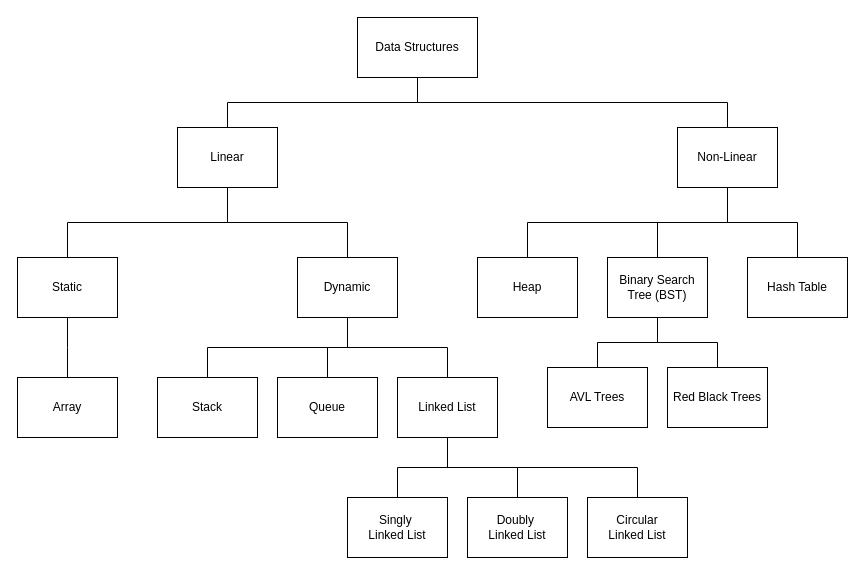
This is page "Data Structures" (1 of 2) of CodeChallenges/DataStructures.drawio from krishnamanchikalapudi/examples.ipynb, a draw.io file, before an edit. Source tidied: cells renumbered, new cells numbered last; positions are measured from the earlier drawing's top-left corner, leaving out a move shared by most shapes. Both pictures are drawn from the tidied source at 100%, with x=0, y=0 at pixel (17, 17).
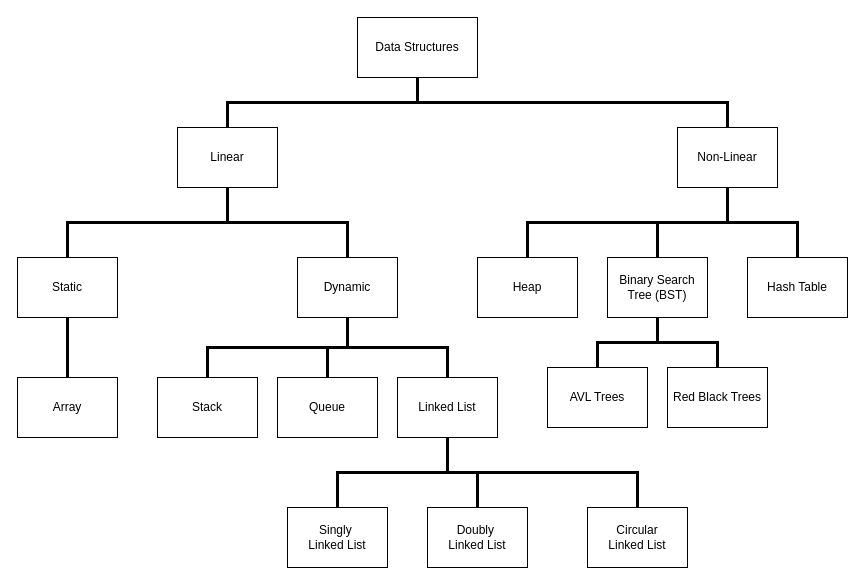
The same diagram, later.

Unchanged cells that the change refers to:
```xml
<mxCell id="3" value="Static" style="whiteSpace=wrap;html=1;align=center;verticalAlign=middle;newEdgeStyle={&quot;edgeStyle&quot;:&quot;elbowEdgeStyle&quot;,&quot;startArrow&quot;:&quot;none&quot;,&quot;endArrow&quot;:&quot;none&quot;};" parent="1" vertex="1">
  <mxGeometry y="240" width="100" height="60" as="geometry" />
</mxCell>
<mxCell id="6" value="Data Structures" style="whiteSpace=wrap;html=1;align=center;newEdgeStyle={&quot;edgeStyle&quot;:&quot;elbowEdgeStyle&quot;,&quot;startArrow&quot;:&quot;none&quot;,&quot;endArrow&quot;:&quot;none&quot;};" parent="1" vertex="1">
  <mxGeometry x="340" width="120" height="60" as="geometry" />
</mxCell>
<mxCell id="7" value="Linear" style="whiteSpace=wrap;html=1;align=center;verticalAlign=middle;newEdgeStyle={&quot;edgeStyle&quot;:&quot;elbowEdgeStyle&quot;,&quot;startArrow&quot;:&quot;none&quot;,&quot;endArrow&quot;:&quot;none&quot;};" parent="1" vertex="1">
  <mxGeometry x="160" y="110" width="100" height="60" as="geometry" />
</mxCell>
<mxCell id="8" value="Non-Linear" style="whiteSpace=wrap;html=1;align=center;verticalAlign=middle;newEdgeStyle={&quot;edgeStyle&quot;:&quot;elbowEdgeStyle&quot;,&quot;startArrow&quot;:&quot;none&quot;,&quot;endArrow&quot;:&quot;none&quot;};" parent="1" vertex="1">
  <mxGeometry x="660" y="110" width="100" height="60" as="geometry" />
</mxCell>
<mxCell id="9" value="Heap" style="whiteSpace=wrap;html=1;align=center;verticalAlign=middle;newEdgeStyle={&quot;edgeStyle&quot;:&quot;elbowEdgeStyle&quot;,&quot;startArrow&quot;:&quot;none&quot;,&quot;endArrow&quot;:&quot;none&quot;};" parent="1" vertex="1">
  <mxGeometry x="460" y="240" width="100" height="60" as="geometry" />
</mxCell>
<mxCell id="12" value="Dynamic" style="whiteSpace=wrap;html=1;align=center;verticalAlign=middle;newEdgeStyle={&quot;edgeStyle&quot;:&quot;elbowEdgeStyle&quot;,&quot;startArrow&quot;:&quot;none&quot;,&quot;endArrow&quot;:&quot;none&quot;};" parent="1" vertex="1">
  <mxGeometry x="280" y="240" width="100" height="60" as="geometry" />
</mxCell>
<mxCell id="14" value="Array" style="whiteSpace=wrap;html=1;align=center;verticalAlign=middle;newEdgeStyle={&quot;edgeStyle&quot;:&quot;elbowEdgeStyle&quot;,&quot;startArrow&quot;:&quot;none&quot;,&quot;endArrow&quot;:&quot;none&quot;};" parent="1" vertex="1">
  <mxGeometry y="360" width="100" height="60" as="geometry" />
</mxCell>
<mxCell id="16" value="Stack" style="whiteSpace=wrap;html=1;align=center;verticalAlign=middle;newEdgeStyle={&quot;edgeStyle&quot;:&quot;elbowEdgeStyle&quot;,&quot;startArrow&quot;:&quot;none&quot;,&quot;endArrow&quot;:&quot;none&quot;};" parent="1" vertex="1">
  <mxGeometry x="140" y="360" width="100" height="60" as="geometry" />
</mxCell>
<mxCell id="18" value="Queue" style="whiteSpace=wrap;html=1;align=center;verticalAlign=middle;newEdgeStyle={&quot;edgeStyle&quot;:&quot;elbowEdgeStyle&quot;,&quot;startArrow&quot;:&quot;none&quot;,&quot;endArrow&quot;:&quot;none&quot;};" parent="1" vertex="1">
  <mxGeometry x="260" y="360" width="100" height="60" as="geometry" />
</mxCell>
<mxCell id="20" value="Linked List" style="whiteSpace=wrap;html=1;align=center;verticalAlign=middle;newEdgeStyle={&quot;edgeStyle&quot;:&quot;elbowEdgeStyle&quot;,&quot;startArrow&quot;:&quot;none&quot;,&quot;endArrow&quot;:&quot;none&quot;};" parent="1" vertex="1">
  <mxGeometry x="380" y="360" width="100" height="60" as="geometry" />
</mxCell>
<mxCell id="22" value="Binary Search Tree (BST)" style="whiteSpace=wrap;html=1;align=center;verticalAlign=middle;newEdgeStyle={&quot;edgeStyle&quot;:&quot;elbowEdgeStyle&quot;,&quot;startArrow&quot;:&quot;none&quot;,&quot;endArrow&quot;:&quot;none&quot;};" parent="1" vertex="1">
  <mxGeometry x="590" y="240" width="100" height="60" as="geometry" />
</mxCell>
<mxCell id="24" value="Hash Table" style="whiteSpace=wrap;html=1;align=center;verticalAlign=middle;newEdgeStyle={&quot;edgeStyle&quot;:&quot;elbowEdgeStyle&quot;,&quot;startArrow&quot;:&quot;none&quot;,&quot;endArrow&quot;:&quot;none&quot;};" parent="1" vertex="1">
  <mxGeometry x="730" y="240" width="100" height="60" as="geometry" />
</mxCell>
<mxCell id="32" value="AVL Trees" style="whiteSpace=wrap;html=1;align=center;verticalAlign=middle;newEdgeStyle={&quot;edgeStyle&quot;:&quot;elbowEdgeStyle&quot;,&quot;startArrow&quot;:&quot;none&quot;,&quot;endArrow&quot;:&quot;none&quot;};" parent="1" vertex="1">
  <mxGeometry x="530" y="350" width="100" height="60" as="geometry" />
</mxCell>
<mxCell id="34" value="Red Black Trees" style="whiteSpace=wrap;html=1;align=center;verticalAlign=middle;newEdgeStyle={&quot;edgeStyle&quot;:&quot;elbowEdgeStyle&quot;,&quot;startArrow&quot;:&quot;none&quot;,&quot;endArrow&quot;:&quot;none&quot;};" parent="1" vertex="1">
  <mxGeometry x="650" y="350" width="100" height="60" as="geometry" />
</mxCell>
```

What changed in the source:
```diff
@@
-    <mxCell id="2" style="edgeStyle=elbowEdgeStyle;elbow=vertical;sourcePerimeterSpacing=0;targetPerimeterSpacing=0;startArrow=none;endArrow=none;rounded=0;curved=0;" parent="1" edge="1" source="7" target="3">
+    <mxCell id="2" style="edgeStyle=elbowEdgeStyle;elbow=vertical;sourcePerimeterSpacing=0;targetPerimeterSpacing=0;startArrow=none;endArrow=none;rounded=0;curved=0;strokeWidth=3;flowAnimation=1;" parent="1" edge="1" source="7" target="3">
       <mxGeometry relative="1" as="geometry" />
     </mxCell>
@@
-    <mxCell id="4" style="edgeStyle=elbowEdgeStyle;elbow=vertical;sourcePerimeterSpacing=0;targetPerimeterSpacing=0;startArrow=none;endArrow=none;rounded=0;curved=0;" parent="1" edge="1" source="6" target="7">
+    <mxCell id="4" style="edgeStyle=elbowEdgeStyle;elbow=vertical;sourcePerimeterSpacing=0;targetPerimeterSpacing=0;startArrow=none;endArrow=none;rounded=0;curved=0;flowAnimation=1;strokeWidth=3;" parent="1" edge="1" source="6" target="7">
       <mxGeometry relative="1" as="geometry" />
     </mxCell>
-    <mxCell id="5" style="edgeStyle=elbowEdgeStyle;elbow=vertical;sourcePerimeterSpacing=0;targetPerimeterSpacing=0;startArrow=none;endArrow=none;rounded=0;curved=0;" parent="1" edge="1" source="6" target="8">
+    <mxCell id="5" style="edgeStyle=elbowEdgeStyle;elbow=vertical;sourcePerimeterSpacing=0;targetPerimeterSpacing=0;startArrow=none;endArrow=none;rounded=0;curved=0;flowAnimation=1;strokeWidth=3;" parent="1" edge="1" source="6" target="8">
       <mxGeometry relative="1" as="geometry" />
     </mxCell>
@@
-    <mxCell id="10" style="edgeStyle=elbowEdgeStyle;elbow=vertical;sourcePerimeterSpacing=0;targetPerimeterSpacing=0;startArrow=none;endArrow=none;rounded=0;curved=0;" parent="1" edge="1" source="8" target="9">
+    <mxCell id="10" style="edgeStyle=elbowEdgeStyle;elbow=vertical;sourcePerimeterSpacing=0;targetPerimeterSpacing=0;startArrow=none;endArrow=none;rounded=0;curved=0;flowAnimation=1;strokeWidth=3;" parent="1" edge="1" source="8" target="9">
       <mxGeometry relative="1" as="geometry" />
     </mxCell>
-    <mxCell id="11" style="edgeStyle=elbowEdgeStyle;elbow=vertical;sourcePerimeterSpacing=0;targetPerimeterSpacing=0;startArrow=none;endArrow=none;rounded=0;curved=0;" parent="1" edge="1" source="7" target="12">
+    <mxCell id="11" style="edgeStyle=elbowEdgeStyle;elbow=vertical;sourcePerimeterSpacing=0;targetPerimeterSpacing=0;startArrow=none;endArrow=none;rounded=0;curved=0;strokeWidth=3;flowAnimation=1;" parent="1" edge="1" source="7" target="12">
       <mxGeometry relative="1" as="geometry" />
     </mxCell>
@@
-    <mxCell id="13" style="edgeStyle=elbowEdgeStyle;elbow=vertical;sourcePerimeterSpacing=0;targetPerimeterSpacing=0;startArrow=none;endArrow=none;rounded=0;curved=0;" parent="1" edge="1" source="3" target="14">
+    <mxCell id="13" style="edgeStyle=elbowEdgeStyle;elbow=vertical;sourcePerimeterSpacing=0;targetPerimeterSpacing=0;startArrow=none;endArrow=none;rounded=0;curved=0;strokeWidth=3;flowAnimation=1;" parent="1" edge="1" source="3" target="14">
       <mxGeometry relative="1" as="geometry" />
     </mxCell>
@@
-    <mxCell id="15" style="edgeStyle=elbowEdgeStyle;elbow=vertical;sourcePerimeterSpacing=0;targetPerimeterSpacing=0;startArrow=none;endArrow=none;rounded=0;curved=0;" parent="1" edge="1" source="12" target="16">
+    <mxCell id="15" style="edgeStyle=elbowEdgeStyle;elbow=vertical;sourcePerimeterSpacing=0;targetPerimeterSpacing=0;startArrow=none;endArrow=none;rounded=0;curved=0;strokeWidth=3;flowAnimation=1;" parent="1" edge="1" source="12" target="16">
       <mxGeometry relative="1" as="geometry" />
     </mxCell>
@@
-    <mxCell id="17" style="edgeStyle=elbowEdgeStyle;elbow=vertical;sourcePerimeterSpacing=0;targetPerimeterSpacing=0;startArrow=none;endArrow=none;rounded=0;curved=0;" parent="1" edge="1" source="12" target="18">
+    <mxCell id="17" style="edgeStyle=elbowEdgeStyle;elbow=vertical;sourcePerimeterSpacing=0;targetPerimeterSpacing=0;startArrow=none;endArrow=none;rounded=0;curved=0;flowAnimation=1;strokeWidth=3;" parent="1" edge="1" source="12" target="18">
       <mxGeometry relative="1" as="geometry" />
     </mxCell>
@@
-    <mxCell id="19" style="edgeStyle=elbowEdgeStyle;elbow=vertical;sourcePerimeterSpacing=0;targetPerimeterSpacing=0;startArrow=none;endArrow=none;rounded=0;curved=0;" parent="1" edge="1" source="12" target="20">
+    <mxCell id="19" style="edgeStyle=elbowEdgeStyle;elbow=vertical;sourcePerimeterSpacing=0;targetPerimeterSpacing=0;startArrow=none;endArrow=none;rounded=0;curved=0;strokeWidth=3;flowAnimation=1;" parent="1" edge="1" source="12" target="20">
       <mxGeometry relative="1" as="geometry" />
     </mxCell>
@@
-    <mxCell id="21" style="edgeStyle=elbowEdgeStyle;elbow=vertical;sourcePerimeterSpacing=0;targetPerimeterSpacing=0;startArrow=none;endArrow=none;rounded=0;curved=0;" parent="1" edge="1" source="8" target="22">
+    <mxCell id="21" style="edgeStyle=elbowEdgeStyle;elbow=vertical;sourcePerimeterSpacing=0;targetPerimeterSpacing=0;startArrow=none;endArrow=none;rounded=0;curved=0;strokeWidth=3;flowAnimation=1;" parent="1" edge="1" source="8" target="22">
       <mxGeometry relative="1" as="geometry" />
     </mxCell>
@@
-    <mxCell id="23" style="edgeStyle=elbowEdgeStyle;elbow=vertical;sourcePerimeterSpacing=0;targetPerimeterSpacing=0;startArrow=none;endArrow=none;rounded=0;curved=0;" parent="1" edge="1" source="8" target="24">
+    <mxCell id="23" style="edgeStyle=elbowEdgeStyle;elbow=vertical;sourcePerimeterSpacing=0;targetPerimeterSpacing=0;startArrow=none;endArrow=none;rounded=0;curved=0;strokeWidth=3;flowAnimation=1;" parent="1" edge="1" source="8" target="24">
       <mxGeometry relative="1" as="geometry" />
     </mxCell>
@@
-    <mxCell id="25" style="edgeStyle=elbowEdgeStyle;elbow=vertical;sourcePerimeterSpacing=0;targetPerimeterSpacing=0;startArrow=none;endArrow=none;rounded=0;curved=0;" parent="1" edge="1" source="20" target="26">
+    <mxCell id="25" style="edgeStyle=elbowEdgeStyle;elbow=vertical;sourcePerimeterSpacing=0;targetPerimeterSpacing=0;startArrow=none;endArrow=none;rounded=0;curved=0;strokeWidth=3;flowAnimation=1;" parent="1" edge="1" source="20" target="26">
       <mxGeometry relative="1" as="geometry" />
     </mxCell>
     <mxCell id="26" value="Singly&amp;nbsp;&lt;div&gt;Linked List&lt;/div&gt;" style="whiteSpace=wrap;html=1;align=center;verticalAlign=middle;newEdgeStyle={&quot;edgeStyle&quot;:&quot;elbowEdgeStyle&quot;,&quot;startArrow&quot;:&quot;none&quot;,&quot;endArrow&quot;:&quot;none&quot;};" parent="1" vertex="1">
-      <mxGeometry x="330" y="480" width="100" height="60" as="geometry" />
+      <mxGeometry x="270" y="490" width="100" height="60" as="geometry" />
     </mxCell>
-    <mxCell id="27" style="edgeStyle=elbowEdgeStyle;elbow=vertical;sourcePerimeterSpacing=0;targetPerimeterSpacing=0;startArrow=none;endArrow=none;rounded=0;curved=0;" parent="1" edge="1" source="20" target="28">
+    <mxCell id="27" style="edgeStyle=elbowEdgeStyle;elbow=vertical;sourcePerimeterSpacing=0;targetPerimeterSpacing=0;startArrow=none;endArrow=none;rounded=0;curved=0;strokeWidth=3;flowAnimation=1;" parent="1" edge="1" source="20" target="28">
       <mxGeometry relative="1" as="geometry" />
     </mxCell>
     <mxCell id="28" value="Doubly&amp;nbsp;&lt;div&gt;Linked List&lt;/div&gt;" style="whiteSpace=wrap;html=1;align=center;verticalAlign=middle;newEdgeStyle={&quot;edgeStyle&quot;:&quot;elbowEdgeStyle&quot;,&quot;startArrow&quot;:&quot;none&quot;,&quot;endArrow&quot;:&quot;none&quot;};" parent="1" vertex="1">
-      <mxGeometry x="450" y="480" width="100" height="60" as="geometry" />
+      <mxGeometry x="410" y="490" width="100" height="60" as="geometry" />
     </mxCell>
-    <mxCell id="29" style="edgeStyle=elbowEdgeStyle;elbow=vertical;sourcePerimeterSpacing=0;targetPerimeterSpacing=0;startArrow=none;endArrow=none;rounded=0;curved=0;" parent="1" edge="1" source="20" target="30">
+    <mxCell id="29" style="edgeStyle=elbowEdgeStyle;elbow=vertical;sourcePerimeterSpacing=0;targetPerimeterSpacing=0;startArrow=none;endArrow=none;rounded=0;curved=0;flowAnimation=1;strokeWidth=3;" parent="1" edge="1" source="20" target="30">
       <mxGeometry relative="1" as="geometry" />
     </mxCell>
     <mxCell id="30" value="Circular&lt;div&gt;Linked List&lt;/div&gt;" style="whiteSpace=wrap;html=1;align=center;verticalAlign=middle;newEdgeStyle={&quot;edgeStyle&quot;:&quot;elbowEdgeStyle&quot;,&quot;startArrow&quot;:&quot;none&quot;,&quot;endArrow&quot;:&quot;none&quot;};" parent="1" vertex="1">
-      <mxGeometry x="570" y="480" width="100" height="60" as="geometry" />
+      <mxGeometry x="570" y="490" width="100" height="60" as="geometry" />
     </mxCell>
-    <mxCell id="31" style="edgeStyle=elbowEdgeStyle;elbow=vertical;sourcePerimeterSpacing=0;targetPerimeterSpacing=0;startArrow=none;endArrow=none;rounded=0;curved=0;" parent="1" edge="1" source="22" target="32">
+    <mxCell id="31" style="edgeStyle=elbowEdgeStyle;elbow=vertical;sourcePerimeterSpacing=0;targetPerimeterSpacing=0;startArrow=none;endArrow=none;rounded=0;curved=0;strokeWidth=3;flowAnimation=1;" parent="1" edge="1" source="22" target="32">
       <mxGeometry relative="1" as="geometry" />
     </mxCell>
@@
-    <mxCell id="33" style="edgeStyle=elbowEdgeStyle;elbow=vertical;sourcePerimeterSpacing=0;targetPerimeterSpacing=0;startArrow=none;endArrow=none;rounded=0;curved=0;" parent="1" edge="1" source="22" target="34">
+    <mxCell id="33" style="edgeStyle=elbowEdgeStyle;elbow=vertical;sourcePerimeterSpacing=0;targetPerimeterSpacing=0;startArrow=none;endArrow=none;rounded=0;curved=0;flowAnimation=1;strokeWidth=3;" parent="1" edge="1" source="22" target="34">
       <mxGeometry relative="1" as="geometry" />
     </mxCell>
```
